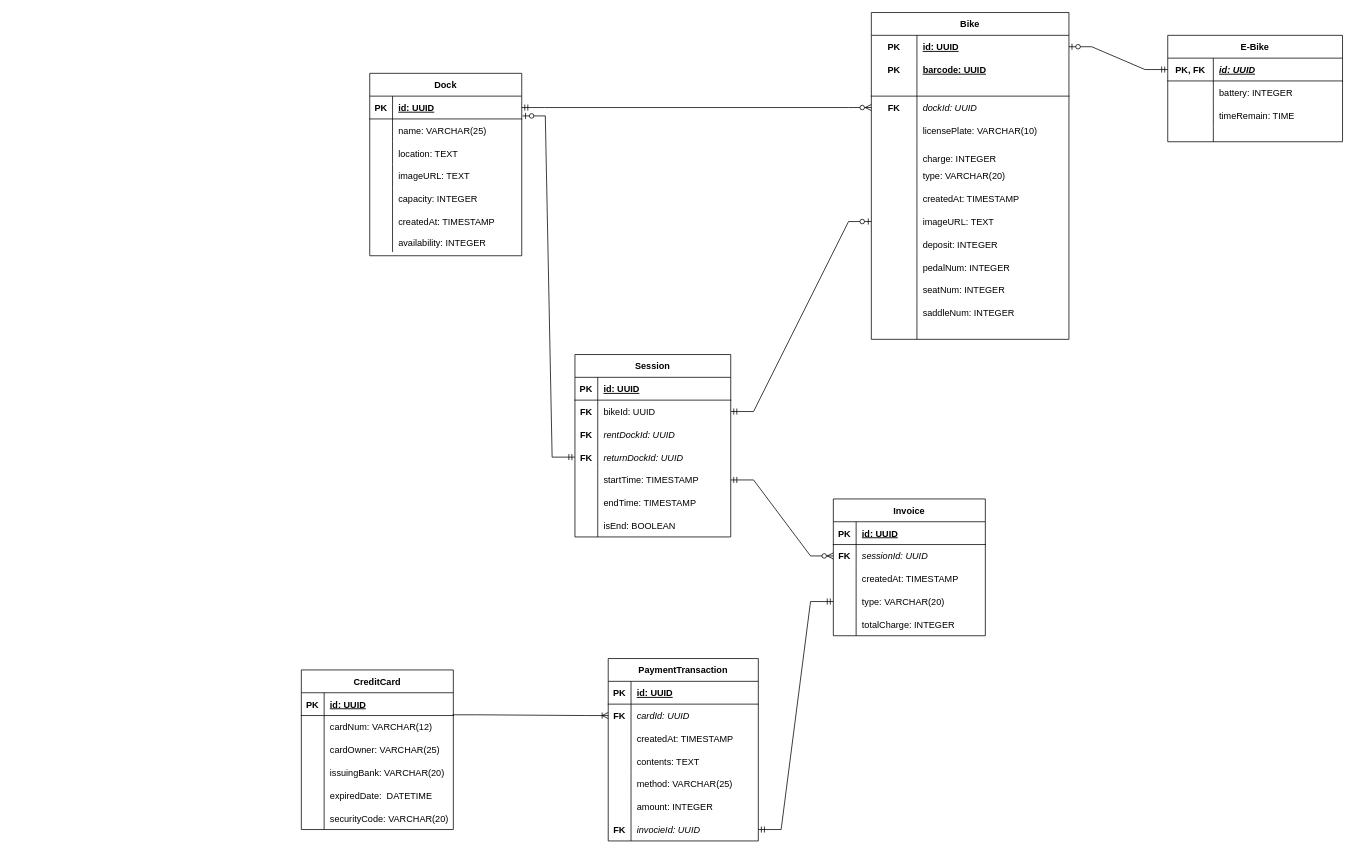
cuong160920/TKXDPM.KSCQ.20211-18 keeps this draw.io diagram as Detailed Design/Data Modeling/Logical Data Model.drawio. Above is the earlier version. Source tidied: cells renumbered, new cells numbered last; positions are measured from the earlier drawing's top-left corner, leaving out a move shared by most shapes. Both pictures are drawn from the tidied source at 76%, with x=0, y=0 at pixel (301, 12).
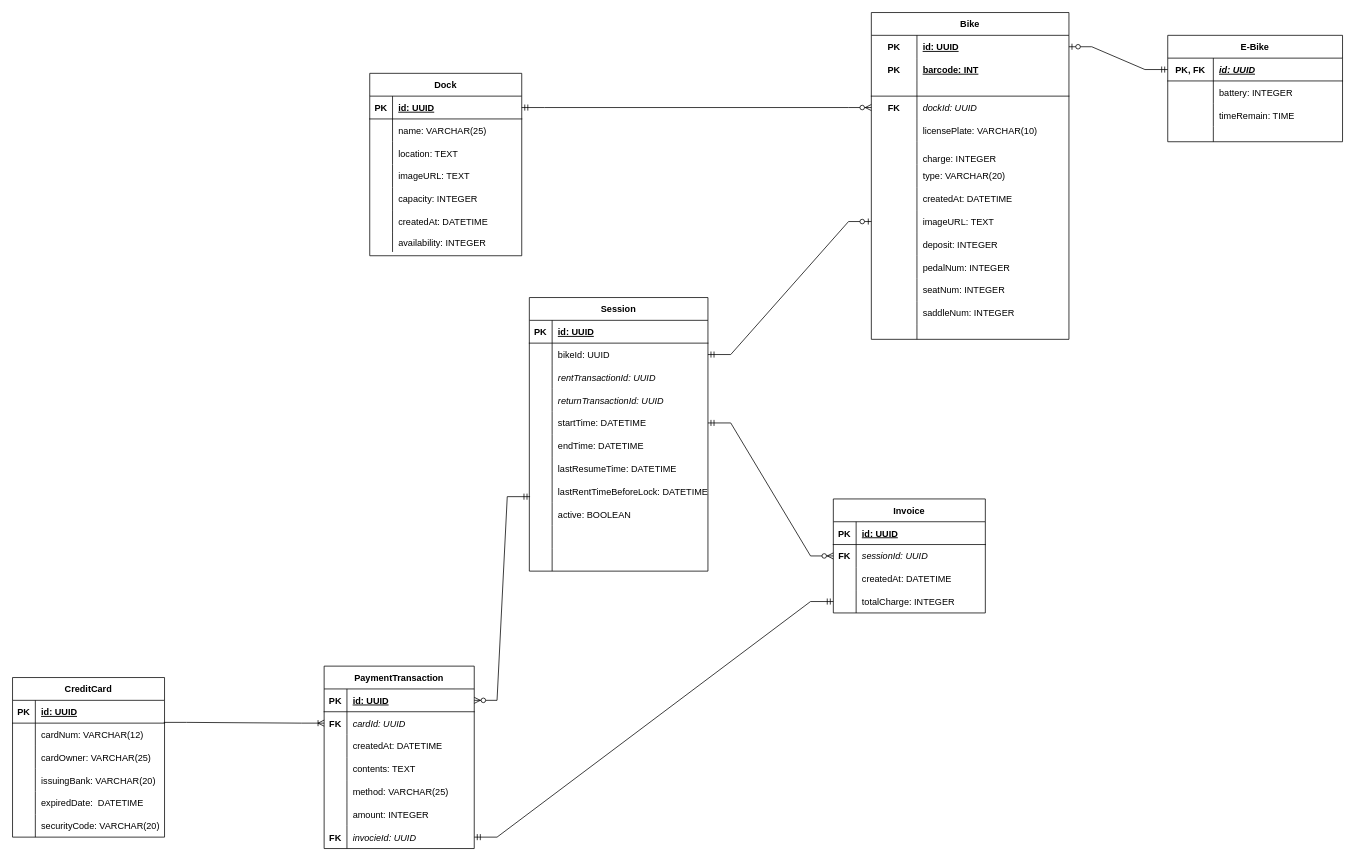
After the change.

The change refers to these unchanged cells:
```xml
<mxCell id="6" style="shape=partialRectangle;fillColor=none;top=0;left=0;bottom=0;right=0;" parent="2" vertex="1">
  <mxGeometry y="60" width="260" height="30" as="geometry" />
</mxCell>
<mxCell id="24" style="shape=partialRectangle;fillColor=none;top=0;left=0;bottom=0;right=0;" parent="2" vertex="1">
  <mxGeometry y="230" width="260" height="30" as="geometry" />
</mxCell>
<mxCell id="84" style="shape=partialRectangle;fillColor=none;top=0;left=0;bottom=0;right=0;points=[[0,0.5],[1,0.5]];portConstraint=eastwest;" parent="80" vertex="1">
  <mxGeometry y="60" width="200" height="30" as="geometry" />
</mxCell>
<mxCell id="96" style="shape=partialRectangle;fillColor=none;top=0;left=0;bottom=0;right=0;" parent="80" vertex="1">
  <mxGeometry y="180" width="200" height="30" as="geometry" />
</mxCell>
<mxCell id="109" style="shape=partialRectangle;fillColor=none;top=0;left=0;bottom=0;right=0;" parent="102" vertex="1">
  <mxGeometry y="90" width="200" height="30" as="geometry" />
</mxCell>
<mxCell id="119" style="shape=partialRectangle;fillColor=none;top=0;left=0;bottom=1;right=0;points=[[0,0.5],[1,0.5]];portConstraint=eastwest;" parent="118" vertex="1">
  <mxGeometry y="30" width="197.5" height="30" as="geometry" />
</mxCell>
<mxCell id="125" style="shape=partialRectangle;fillColor=none;top=0;left=0;bottom=0;right=0;" parent="118" vertex="1">
  <mxGeometry y="90" width="197.5" height="30" as="geometry" />
</mxCell>
<mxCell id="137" style="shape=partialRectangle;fillColor=none;top=0;left=0;bottom=0;right=0;points=[[0,0.5],[1,0.5]];portConstraint=eastwest;" parent="118" vertex="1">
  <mxGeometry y="210" width="197.5" height="30" as="geometry" />
</mxCell>
```

Diff of the diagram source:
```diff
@@
-    <mxCell id="8" value="barcode: UUID" style="shape=partialRectangle;fillColor=none;top=0;left=0;bottom=0;right=0;align=left;spacingLeft=6;fontStyle=5;overflow=hidden;" parent="6" vertex="1">
+    <mxCell id="8" value="barcode: INT" style="shape=partialRectangle;fillColor=none;top=0;left=0;bottom=0;right=0;align=left;spacingLeft=6;fontStyle=5;overflow=hidden;" parent="6" vertex="1">
       <mxGeometry x="60" width="200" height="30" as="geometry" />
     </mxCell>
@@
-    <mxCell id="26" value="createdAt: TIMESTAMP" style="shape=partialRectangle;fillColor=none;top=0;left=0;bottom=0;right=0;align=left;spacingLeft=6;overflow=hidden;" parent="24" vertex="1">
+    <mxCell id="26" value="createdAt: DATETIME" style="shape=partialRectangle;fillColor=none;top=0;left=0;bottom=0;right=0;align=left;spacingLeft=6;overflow=hidden;" parent="24" vertex="1">
       <mxGeometry x="60" width="200" height="30" as="geometry" />
     </mxCell>
@@
     <mxCell id="58" value="Session" style="shape=table;startSize=30;childLayout=tableLayout;rowLines=0;fontStyle=1;align=center;" parent="1" vertex="1">
-      <mxGeometry x="360" y="450" width="205" height="240" as="geometry" />
+      <mxGeometry x="300" y="375" width="235" height="360" as="geometry" />
     </mxCell>
     <mxCell id="59" style="shape=partialRectangle;fillColor=none;top=0;left=0;bottom=1;right=0;" parent="58" vertex="1">
-      <mxGeometry y="30" width="205" height="30" as="geometry" />
+      <mxGeometry y="30" width="235" height="30" as="geometry" />
     </mxCell>
@@
     <mxCell id="61" value="id: UUID" style="shape=partialRectangle;fillColor=none;top=0;left=0;bottom=0;right=0;align=left;spacingLeft=6;fontStyle=5;overflow=hidden;" parent="59" vertex="1">
-      <mxGeometry x="30" width="175" height="30" as="geometry" />
+      <mxGeometry x="30" width="205" height="30" as="geometry" />
     </mxCell>
     <mxCell id="62" style="shape=partialRectangle;fillColor=none;top=0;left=0;bottom=0;right=0;points=[[0,0.5],[1,0.5]];portConstraint=eastwest;" parent="58" vertex="1">
-      <mxGeometry y="60" width="205" height="30" as="geometry" />
+      <mxGeometry y="60" width="235" height="30" as="geometry" />
     </mxCell>
-    <mxCell id="63" value="FK" style="shape=partialRectangle;fillColor=none;top=0;left=0;bottom=0;right=0;overflow=hidden;fontStyle=1;" parent="62" vertex="1">
+    <mxCell id="63" style="shape=partialRectangle;fillColor=none;top=0;left=0;bottom=0;right=0;overflow=hidden;fontStyle=1;" parent="62" vertex="1">
       <mxGeometry width="30" height="30" as="geometry" />
     </mxCell>
     <mxCell id="64" value="bikeId: UUID" style="shape=partialRectangle;fillColor=none;top=0;left=0;bottom=0;right=0;align=left;spacingLeft=6;overflow=hidden;" parent="62" vertex="1">
-      <mxGeometry x="30" width="175" height="30" as="geometry" />
+      <mxGeometry x="30" width="205" height="30" as="geometry" />
     </mxCell>
     <mxCell id="65" style="shape=partialRectangle;fillColor=none;top=0;left=0;bottom=0;right=0;" parent="58" vertex="1">
-      <mxGeometry y="90" width="205" height="30" as="geometry" />
+      <mxGeometry y="90" width="235" height="30" as="geometry" />
     </mxCell>
-    <mxCell id="66" value="FK" style="shape=partialRectangle;fillColor=none;top=0;left=0;bottom=0;right=0;overflow=hidden;fontStyle=1;" parent="65" vertex="1">
+    <mxCell id="66" style="shape=partialRectangle;fillColor=none;top=0;left=0;bottom=0;right=0;overflow=hidden;fontStyle=1;" parent="65" vertex="1">
       <mxGeometry width="30" height="30" as="geometry" />
     </mxCell>
-    <mxCell id="67" value="rentDockId: UUID" style="shape=partialRectangle;fillColor=none;top=0;left=0;bottom=0;right=0;align=left;spacingLeft=6;overflow=hidden;fontStyle=2;" parent="65" vertex="1">
-      <mxGeometry x="30" width="175" height="30" as="geometry" />
+    <mxCell id="67" value="rentTransactionId: UUID" style="shape=partialRectangle;fillColor=none;top=0;left=0;bottom=0;right=0;align=left;spacingLeft=6;overflow=hidden;fontStyle=2;" parent="65" vertex="1">
+      <mxGeometry x="30" width="205" height="30" as="geometry" />
     </mxCell>
     <mxCell id="68" style="shape=partialRectangle;fillColor=none;top=0;left=0;bottom=0;right=0;points=[[0,0.5],[1,0.5]];portConstraint=eastwest;" parent="58" vertex="1">
-      <mxGeometry y="120" width="205" height="30" as="geometry" />
+      <mxGeometry y="120" width="235" height="30" as="geometry" />
     </mxCell>
-    <mxCell id="69" value="FK" style="shape=partialRectangle;fillColor=none;top=0;left=0;bottom=0;right=0;overflow=hidden;fontStyle=1;" parent="68" vertex="1">
+    <mxCell id="69" style="shape=partialRectangle;fillColor=none;top=0;left=0;bottom=0;right=0;overflow=hidden;fontStyle=1;" parent="68" vertex="1">
       <mxGeometry width="30" height="30" as="geometry" />
     </mxCell>
-    <mxCell id="70" value="returnDockId: UUID" style="shape=partialRectangle;fillColor=none;top=0;left=0;bottom=0;right=0;align=left;spacingLeft=6;overflow=hidden;fontStyle=2;" parent="68" vertex="1">
-      <mxGeometry x="30" width="175" height="30" as="geometry" />
+    <mxCell id="70" value="returnTransactionId: UUID" style="shape=partialRectangle;fillColor=none;top=0;left=0;bottom=0;right=0;align=left;spacingLeft=6;overflow=hidden;fontStyle=2;" parent="68" vertex="1">
+      <mxGeometry x="30" width="205" height="30" as="geometry" />
     </mxCell>
     <mxCell id="71" style="shape=partialRectangle;fillColor=none;top=0;left=0;bottom=0;right=0;points=[[0,0.5],[1,0.5]];portConstraint=eastwest;" parent="58" vertex="1">
-      <mxGeometry y="150" width="205" height="30" as="geometry" />
+      <mxGeometry y="150" width="235" height="30" as="geometry" />
     </mxCell>
@@
-    <mxCell id="73" value="startTime: TIMESTAMP" style="shape=partialRectangle;fillColor=none;top=0;left=0;bottom=0;right=0;align=left;spacingLeft=6;overflow=hidden;" parent="71" vertex="1">
-      <mxGeometry x="30" width="175" height="30" as="geometry" />
+    <mxCell id="73" value="startTime: DATETIME" style="shape=partialRectangle;fillColor=none;top=0;left=0;bottom=0;right=0;align=left;spacingLeft=6;overflow=hidden;" parent="71" vertex="1">
+      <mxGeometry x="30" width="205" height="30" as="geometry" />
     </mxCell>
     <mxCell id="74" style="shape=partialRectangle;fillColor=none;top=0;left=0;bottom=0;right=0;" parent="58" vertex="1">
-      <mxGeometry y="180" width="205" height="30" as="geometry" />
+      <mxGeometry y="180" width="235" height="30" as="geometry" />
     </mxCell>
@@
-    <mxCell id="76" value="endTime: TIMESTAMP" style="shape=partialRectangle;fillColor=none;top=0;left=0;bottom=0;right=0;align=left;spacingLeft=6;overflow=hidden;" parent="74" vertex="1">
-      <mxGeometry x="30" width="175" height="30" as="geometry" />
+    <mxCell id="76" value="endTime: DATETIME" style="shape=partialRectangle;fillColor=none;top=0;left=0;bottom=0;right=0;align=left;spacingLeft=6;overflow=hidden;" parent="74" vertex="1">
+      <mxGeometry x="30" width="205" height="30" as="geometry" />
     </mxCell>
     <mxCell id="77" style="shape=partialRectangle;fillColor=none;top=0;left=0;bottom=0;right=0;" parent="58" vertex="1">
-      <mxGeometry y="210" width="205" height="30" as="geometry" />
+      <mxGeometry y="210" width="235" height="30" as="geometry" />
     </mxCell>
@@
-    <mxCell id="79" value="isEnd: BOOLEAN" style="shape=partialRectangle;fillColor=none;top=0;left=0;bottom=0;right=0;align=left;spacingLeft=6;overflow=hidden;" parent="77" vertex="1">
-      <mxGeometry x="30" width="175" height="30" as="geometry" />
+    <mxCell id="79" value="lastResumeTime: DATETIME" style="shape=partialRectangle;fillColor=none;top=0;left=0;bottom=0;right=0;align=left;spacingLeft=6;overflow=hidden;" parent="77" vertex="1">
+      <mxGeometry x="30" width="205" height="30" as="geometry" />
     </mxCell>
+    <mxCell id="166" style="shape=partialRectangle;fillColor=none;top=0;left=0;bottom=0;right=0;points=[[0,0.5],[1,0.5]];portConstraint=eastwest;" parent="58" vertex="1">
+      <mxGeometry y="240" width="235" height="30" as="geometry" />
+    </mxCell>
+    <mxCell id="167" style="shape=partialRectangle;fillColor=none;top=0;left=0;bottom=0;right=0;overflow=hidden;" parent="166" vertex="1">
+      <mxGeometry width="30" height="30" as="geometry" />
+    </mxCell>
+    <mxCell id="168" value="lastRentTimeBeforeLock: DATETIME" style="shape=partialRectangle;fillColor=none;top=0;left=0;bottom=0;right=0;align=left;spacingLeft=6;overflow=hidden;" parent="166" vertex="1">
+      <mxGeometry x="30" width="205" height="30" as="geometry" />
+    </mxCell>
+    <mxCell id="169" style="shape=partialRectangle;fillColor=none;top=0;left=0;bottom=0;right=0;" parent="58" vertex="1">
+      <mxGeometry y="270" width="235" height="30" as="geometry" />
+    </mxCell>
+    <mxCell id="170" style="shape=partialRectangle;fillColor=none;top=0;left=0;bottom=0;right=0;overflow=hidden;" parent="169" vertex="1">
+      <mxGeometry width="30" height="30" as="geometry" />
+    </mxCell>
+    <mxCell id="171" value="active: BOOLEAN" style="shape=partialRectangle;fillColor=none;top=0;left=0;bottom=0;right=0;align=left;spacingLeft=6;overflow=hidden;" parent="169" vertex="1">
+      <mxGeometry x="30" width="205" height="30" as="geometry" />
+    </mxCell>
+    <mxCell id="172" style="shape=partialRectangle;fillColor=none;top=0;left=0;bottom=0;right=0;" parent="58" vertex="1">
+      <mxGeometry y="300" width="235" height="30" as="geometry" />
+    </mxCell>
+    <mxCell id="173" style="shape=partialRectangle;fillColor=none;top=0;left=0;bottom=0;right=0;overflow=hidden;" parent="172" vertex="1">
+      <mxGeometry width="30" height="30" as="geometry" />
+    </mxCell>
+    <mxCell id="174" style="shape=partialRectangle;fillColor=none;top=0;left=0;bottom=0;right=0;align=left;spacingLeft=6;overflow=hidden;" parent="172" vertex="1">
+      <mxGeometry x="30" width="205" height="30" as="geometry" />
+    </mxCell>
+    <mxCell id="175" style="shape=partialRectangle;fillColor=none;top=0;left=0;bottom=0;right=0;" parent="58" vertex="1">
+      <mxGeometry y="330" width="235" height="30" as="geometry" />
+    </mxCell>
+    <mxCell id="176" style="shape=partialRectangle;fillColor=none;top=0;left=0;bottom=0;right=0;overflow=hidden;" parent="175" vertex="1">
+      <mxGeometry width="30" height="30" as="geometry" />
+    </mxCell>
+    <mxCell id="177" style="shape=partialRectangle;fillColor=none;top=0;left=0;bottom=0;right=0;align=left;spacingLeft=6;overflow=hidden;" parent="175" vertex="1">
+      <mxGeometry x="30" width="205" height="30" as="geometry" />
+    </mxCell>
@@
-    <mxCell id="98" value="createdAt: TIMESTAMP" style="shape=partialRectangle;fillColor=none;top=0;left=0;bottom=0;right=0;align=left;spacingLeft=6;overflow=hidden;" parent="96" vertex="1">
+    <mxCell id="98" value="createdAt: DATETIME" style="shape=partialRectangle;fillColor=none;top=0;left=0;bottom=0;right=0;align=left;spacingLeft=6;overflow=hidden;" parent="96" vertex="1">
       <mxGeometry x="30" width="170" height="30" as="geometry" />
     </mxCell>
@@
     <mxCell id="102" value="Invoice" style="shape=table;startSize=30;childLayout=tableLayout;rowLines=0;fontStyle=1;align=center;" parent="1" vertex="1">
-      <mxGeometry x="700" y="640" width="200" height="180" as="geometry" />
+      <mxGeometry x="700" y="640" width="200" height="150" as="geometry" />
     </mxCell>
@@
-    <mxCell id="111" value="createdAt: TIMESTAMP" style="shape=partialRectangle;fillColor=none;top=0;left=0;bottom=0;right=0;align=left;spacingLeft=6;overflow=hidden;" parent="109" vertex="1">
+    <mxCell id="111" value="createdAt: DATETIME" style="shape=partialRectangle;fillColor=none;top=0;left=0;bottom=0;right=0;align=left;spacingLeft=6;overflow=hidden;" parent="109" vertex="1">
       <mxGeometry x="30" width="170" height="30" as="geometry" />
     </mxCell>
-    <mxCell id="112" style="shape=partialRectangle;fillColor=none;top=0;left=0;bottom=0;right=0;points=[[0,0.5],[1,0.5]];portConstraint=eastwest;" parent="102" vertex="1">
-      <mxGeometry y="120" width="200" height="30" as="geometry" />
-    </mxCell>
-    <mxCell id="113" style="shape=partialRectangle;fillColor=none;top=0;left=0;bottom=0;right=0;overflow=hidden;" parent="112" vertex="1">
-      <mxGeometry width="30" height="30" as="geometry" />
-    </mxCell>
-    <mxCell id="114" value="type: VARCHAR(20)" style="shape=partialRectangle;fillColor=none;top=0;left=0;bottom=0;right=0;align=left;spacingLeft=6;overflow=hidden;" parent="112" vertex="1">
-      <mxGeometry x="30" width="170" height="30" as="geometry" />
-    </mxCell>
     <mxCell id="115" style="shape=partialRectangle;fillColor=none;top=0;left=0;bottom=0;right=0;" parent="102" vertex="1">
-      <mxGeometry y="150" width="200" height="30" as="geometry" />
+      <mxGeometry y="120" width="200" height="30" as="geometry" />
     </mxCell>
@@
     <mxCell id="118" value="PaymentTransaction" style="shape=table;startSize=30;childLayout=tableLayout;rowLines=0;fontStyle=1;align=center;" parent="1" vertex="1">
-      <mxGeometry x="403.8" y="850" width="197.5" height="240" as="geometry" />
+      <mxGeometry x="30" y="860" width="197.5" height="240" as="geometry" />
     </mxCell>
@@
-    <mxCell id="127" value="createdAt: TIMESTAMP" style="shape=partialRectangle;fillColor=none;top=0;left=0;bottom=0;right=0;align=left;spacingLeft=6;overflow=hidden;" parent="125" vertex="1">
+    <mxCell id="127" value="createdAt: DATETIME" style="shape=partialRectangle;fillColor=none;top=0;left=0;bottom=0;right=0;align=left;spacingLeft=6;overflow=hidden;" parent="125" vertex="1">
       <mxGeometry x="30" width="167.5" height="30" as="geometry" />
     </mxCell>
@@
     <mxCell id="140" value="CreditCard" style="shape=table;startSize=30;childLayout=tableLayout;rowLines=0;fontStyle=1;align=center;" parent="1" vertex="1">
-      <mxGeometry y="865" width="200" height="210" as="geometry" />
+      <mxGeometry x="-380" y="875" width="200" height="210" as="geometry" />
     </mxCell>
@@
-    <mxCell id="162" style="edgeStyle=entityRelationEdgeStyle;fontSize=12;html=1;endArrow=ERzeroToOne;startArrow=ERmandOne;rounded=0;exitX=0;exitY=0.5;exitDx=0;exitDy=0;entryX=1.005;entryY=-0.133;entryDx=0;entryDy=0;entryPerimeter=0;" parent="1" edge="1" source="68" target="84">
-      <mxGeometry relative="1" as="geometry" />
-    </mxCell>
@@
-    <mxCell id="164" style="edgeStyle=entityRelationEdgeStyle;fontSize=12;html=1;endArrow=ERmandOne;startArrow=ERmandOne;rounded=0;entryX=0;entryY=0.5;entryDx=0;entryDy=0;exitX=1;exitY=0.5;exitDx=0;exitDy=0;" parent="1" edge="1" source="137" target="112">
-      <mxGeometry relative="1" as="geometry" />
+    <mxCell id="164" style="edgeStyle=entityRelationEdgeStyle;fontSize=12;html=1;endArrow=ERmandOne;startArrow=ERmandOne;rounded=0;entryX=0;entryY=0.5;entryDx=0;entryDy=0;exitX=1;exitY=0.5;exitDx=0;exitDy=0;" parent="1" edge="1" source="137">
+      <mxGeometry relative="1" as="geometry">
+        <mxPoint x="700" y="775" as="targetPoint" />
+      </mxGeometry>
     </mxCell>
@@
+    <mxCell id="178" style="edgeStyle=entityRelationEdgeStyle;fontSize=12;html=1;endArrow=ERzeroToMany;startArrow=ERmandOne;rounded=0;exitX=0.004;exitY=0.733;exitDx=0;exitDy=0;entryX=1;entryY=0.5;entryDx=0;entryDy=0;exitPerimeter=0;" parent="1" edge="1" source="166" target="119">
+      <mxGeometry relative="1" as="geometry" />
+    </mxCell>
```
